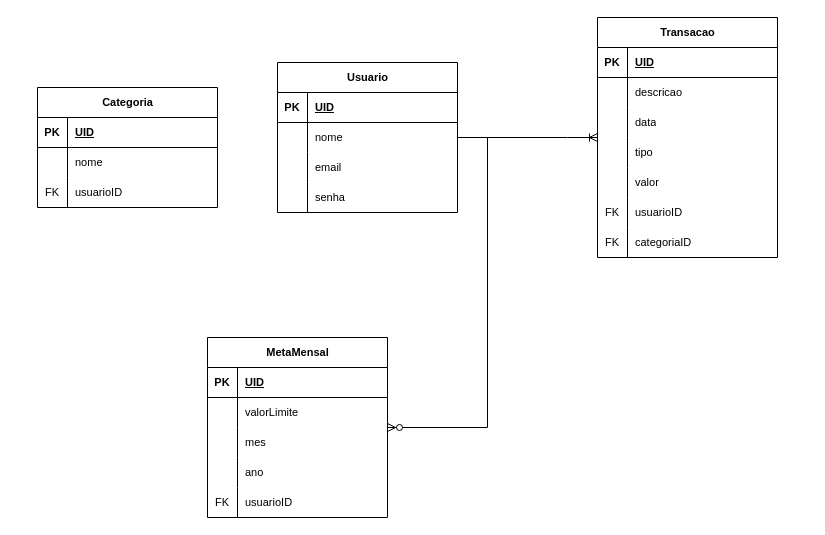
The draw.io diagram page "Diagrama ER" (2 of 2) of Diagramas_Sis-GastosPessoais.drawio in Guilherme-Domingos/Draw.io, before the edit. Source tidied: cells renumbered, new cells numbered last; positions are measured from the earlier drawing's top-left corner, leaving out a move shared by most shapes. Both pictures are drawn from the tidied source at 100%, with x=0, y=0 at pixel (37, 17).
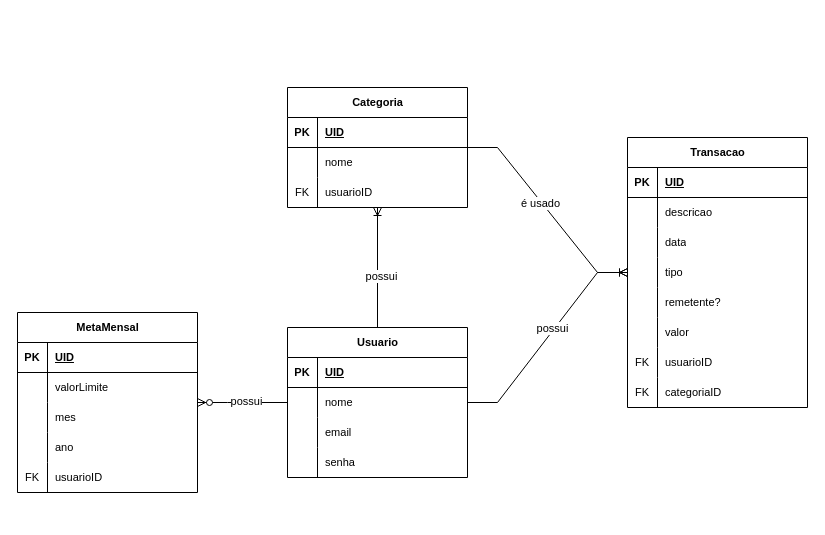
After the change.

The change refers to these unchanged cells:
```xml
<mxCell id="64" style="edgeStyle=entityRelationEdgeStyle;fontSize=12;html=1;endArrow=ERzeroToMany;endFill=1;rounded=0;strokeColor=default;align=center;verticalAlign=middle;fontFamily=Helvetica;fontColor=default;labelBackgroundColor=default;" parent="1" edge="1" source="2" target="48">
  <mxGeometry relative="1" as="geometry" />
</mxCell>
```

The edit, as a diff of the source:
```diff
@@
     <mxCell id="2" value="Usuario" style="shape=table;startSize=30;childLayout=tableLayout;rowLines=0;fontStyle=1;align=center;html=1;fontFamily=Helvetica;fontSize=11;fontColor=default;labelBackgroundColor=default;" parent="1" vertex="1">
-      <mxGeometry x="240" y="45" width="180" height="150" as="geometry" />
+      <mxGeometry x="250" y="310" width="180" height="150" as="geometry" />
     </mxCell>
@@
     <mxCell id="15" value="Transacao" style="shape=table;startSize=30;childLayout=tableLayout;rowLines=0;fontStyle=1;align=center;html=1;fontFamily=Helvetica;fontSize=11;fontColor=default;labelBackgroundColor=default;" parent="1" vertex="1">
-      <mxGeometry x="560" width="180" height="240" as="geometry" />
+      <mxGeometry x="590" y="120" width="180" height="270" as="geometry" />
     </mxCell>
@@
+    <mxCell id="65" style="shape=tableRow;horizontal=0;startSize=0;swimlaneHead=0;swimlaneBody=0;fillColor=none;top=0;left=0;right=0;bottom=0;fontFamily=Helvetica;fontSize=11;fontColor=default;labelBackgroundColor=default;" parent="15" vertex="1">
+      <mxGeometry y="150" width="180" height="30" as="geometry" />
+    </mxCell>
+    <mxCell id="66" style="shape=partialRectangle;fillColor=none;top=0;left=0;bottom=0;right=0;overflow=hidden;whiteSpace=wrap;html=1;fontFamily=Helvetica;fontSize=11;fontColor=default;labelBackgroundColor=default;" parent="65" vertex="1">
+      <mxGeometry width="30" height="30" as="geometry" />
+    </mxCell>
+    <mxCell id="67" value="remetente?" style="shape=partialRectangle;fillColor=none;top=0;left=0;bottom=0;right=0;align=left;spacingLeft=6;overflow=hidden;whiteSpace=wrap;html=1;fontFamily=Helvetica;fontSize=11;fontColor=default;labelBackgroundColor=default;" parent="65" vertex="1">
+      <mxGeometry x="30" width="150" height="30" as="geometry" />
+    </mxCell>
     <mxCell id="28" style="shape=tableRow;horizontal=0;startSize=0;swimlaneHead=0;swimlaneBody=0;fillColor=none;top=0;left=0;right=0;bottom=0;fontFamily=Helvetica;fontSize=11;fontColor=default;labelBackgroundColor=default;" parent="15" vertex="1">
-      <mxGeometry y="150" width="180" height="30" as="geometry" />
+      <mxGeometry y="180" width="180" height="30" as="geometry" />
     </mxCell>
@@
     <mxCell id="31" style="shape=tableRow;horizontal=0;startSize=0;swimlaneHead=0;swimlaneBody=0;fillColor=none;top=0;left=0;right=0;bottom=0;fontFamily=Helvetica;fontSize=11;fontColor=default;labelBackgroundColor=default;" parent="15" vertex="1">
-      <mxGeometry y="180" width="180" height="30" as="geometry" />
+      <mxGeometry y="210" width="180" height="30" as="geometry" />
     </mxCell>
@@
     <mxCell id="34" style="shape=tableRow;horizontal=0;startSize=0;swimlaneHead=0;swimlaneBody=0;fillColor=none;top=0;left=0;right=0;bottom=0;fontFamily=Helvetica;fontSize=11;fontColor=default;labelBackgroundColor=default;" parent="15" vertex="1">
-      <mxGeometry y="210" width="180" height="30" as="geometry" />
+      <mxGeometry y="240" width="180" height="30" as="geometry" />
     </mxCell>
@@
     <mxCell id="37" value="Categoria" style="shape=table;startSize=30;childLayout=tableLayout;rowLines=0;fontStyle=1;align=center;html=1;fontFamily=Helvetica;fontSize=11;fontColor=default;labelBackgroundColor=default;" parent="1" vertex="1">
-      <mxGeometry y="70" width="180" height="120" as="geometry" />
+      <mxGeometry x="250" y="70" width="180" height="120" as="geometry" />
     </mxCell>
@@
-    <mxCell id="47" style="edgeStyle=entityRelationEdgeStyle;fontSize=12;html=1;endArrow=ERoneToMany;rounded=0;strokeColor=default;align=center;verticalAlign=middle;fontFamily=Helvetica;fontColor=default;labelBackgroundColor=default;" parent="1" edge="1" source="2" target="15">
+    <mxCell id="47" style="fontSize=12;html=1;endArrow=ERoneToMany;rounded=0;strokeColor=default;align=center;verticalAlign=middle;fontFamily=Helvetica;fontColor=default;labelBackgroundColor=default;edgeStyle=entityRelationEdgeStyle;" parent="1" edge="1" source="2" target="15">
       <mxGeometry relative="1" as="geometry" />
     </mxCell>
+    <mxCell id="68" value="possui" style="edgeLabel;html=1;align=center;verticalAlign=middle;" parent="47" vertex="1">
+      <mxGeometry x="0.09" y="2" relative="1" as="geometry" />
+    </mxCell>
     <mxCell id="48" value="MetaMensal" style="shape=table;startSize=30;childLayout=tableLayout;rowLines=0;fontStyle=1;align=center;html=1;fontFamily=Helvetica;fontSize=11;fontColor=default;labelBackgroundColor=default;" parent="1" vertex="1">
-      <mxGeometry x="170" y="320" width="180" height="180" as="geometry" />
+      <mxGeometry x="-20" y="295" width="180" height="180" as="geometry" />
     </mxCell>
@@
+    <mxCell id="69" value="possui" style="edgeLabel;html=1;align=center;verticalAlign=middle;" parent="64" vertex="1">
+      <mxGeometry x="-0.06" y="-2" relative="1" as="geometry" />
+    </mxCell>
+    <mxCell id="70" style="fontSize=12;html=1;endArrow=ERoneToMany;rounded=0;" parent="1" edge="1" source="2" target="37">
+      <mxGeometry relative="1" as="geometry" />
+    </mxCell>
+    <mxCell id="71" value="possui" style="edgeLabel;html=1;align=center;verticalAlign=middle;" parent="70" vertex="1">
+      <mxGeometry x="-0.14" y="-3" relative="1" as="geometry" />
+    </mxCell>
+    <mxCell id="72" style="edgeStyle=entityRelationEdgeStyle;fontSize=12;html=1;endArrow=ERoneToMany;rounded=0;" parent="1" edge="1" source="37" target="15">
+      <mxGeometry relative="1" as="geometry" />
+    </mxCell>
+    <mxCell id="73" value="é usado" style="edgeLabel;html=1;align=center;verticalAlign=middle;" parent="72" vertex="1">
+      <mxGeometry x="-0.09" y="-1" relative="1" as="geometry" />
+    </mxCell>
```
